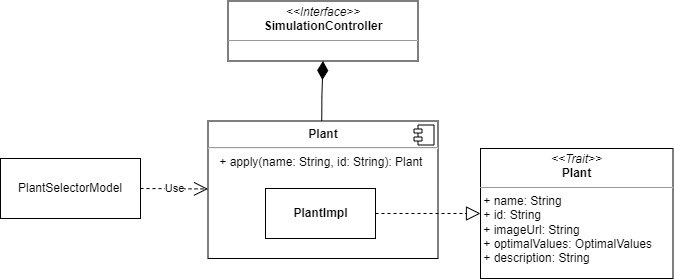
The draw.io diagram docs/img/plant.png in AnnaVitali/PPS-22-smartgh, before a commit. Source tidied: cells renumbered, new cells last; positions are measured from the earlier drawing's top-left corner, leaving out a move shared by most shapes.
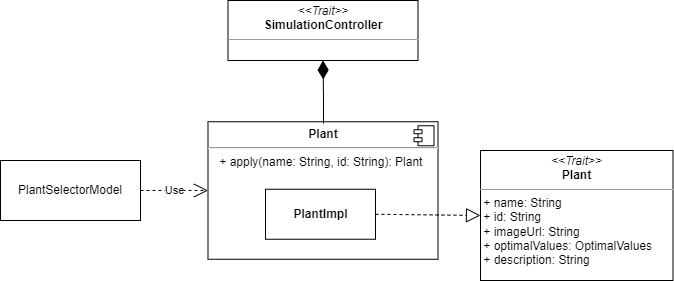
After the change.

Commit message:
fixed description of MVC components and Plant image

The edit, as a diff of the source:
```diff
@@ -3,29 +3,29 @@
     <mxCell id="0" />
     <mxCell id="1" parent="0" />
     <mxCell id="2" value="&lt;p style=&quot;margin:0px;margin-top:6px;text-align:center;&quot;&gt;&lt;b&gt;Plant&lt;/b&gt;&lt;/p&gt;&lt;hr&gt;&lt;p style=&quot;margin:0px;margin-left:8px;&quot;&gt;&amp;nbsp;+ apply(name: String, id: String): Plant&lt;br&gt;&lt;/p&gt;" style="align=left;overflow=fill;html=1;" parent="1" vertex="1">
-      <mxGeometry x="207.5" y="120.5" width="230" height="137.5" as="geometry" />
+      <mxGeometry x="207.5" y="119.2" width="230" height="137.5" as="geometry" />
     </mxCell>
     <mxCell id="3" style="shape=component;jettyWidth=8;jettyHeight=4;" parent="2" vertex="1">
       <mxGeometry x="1" width="20" height="20" relative="1" as="geometry">
         <mxPoint x="-24" y="4" as="offset" />
       </mxGeometry>
     </mxCell>
-    <mxCell id="4" style="edgeStyle=orthogonalEdgeStyle;rounded=0;jettySize=auto;html=1;exitX=0.5;exitY=0;exitDx=0;exitDy=0;entryX=0.5;entryY=1;entryDx=0;entryDy=0;endArrow=diamondThin;endFill=1;endSize=16;" parent="1" edge="1" target="6">
+    <mxCell id="4" style="edgeStyle=orthogonalEdgeStyle;rounded=0;jettySize=auto;html=1;entryX=0.5;entryY=1;entryDx=0;entryDy=0;endArrow=diamondThin;endFill=1;endSize=16;" parent="1" edge="1" target="6">
       <mxGeometry relative="1" as="geometry">
-        <mxPoint x="321.2" y="120.5" as="sourcePoint" />
+        <mxPoint x="323" y="121" as="sourcePoint" />
       </mxGeometry>
     </mxCell>
     <mxCell id="5" value="&lt;p style=&quot;margin:0px;margin-top:4px;text-align:center;&quot;&gt;&lt;i&gt;&amp;lt;&amp;lt;Trait&amp;gt;&amp;gt;&lt;/i&gt;&lt;br&gt;&lt;b&gt;Plant&lt;/b&gt;&lt;/p&gt;&lt;hr size=&quot;1&quot;&gt;&amp;nbsp;+ name: String&lt;br&gt;&amp;nbsp;+ id: String&amp;nbsp;&lt;br&gt;&amp;nbsp;+ imageUrl: String&lt;br&gt;&amp;nbsp;+ optimalValues: OptimalValues&lt;br&gt;&amp;nbsp;+ description: String&lt;br&gt;&amp;nbsp;" style="verticalAlign=top;align=left;overflow=fill;fontSize=12;fontFamily=Helvetica;html=1;" parent="1" vertex="1">
       <mxGeometry x="480" y="148" width="192.5" height="130" as="geometry" />
     </mxCell>
-    <mxCell id="6" value="&lt;p style=&quot;margin:0px;margin-top:4px;text-align:center;&quot;&gt;&lt;i&gt;&amp;lt;&amp;lt;Interface&amp;gt;&amp;gt;&lt;/i&gt;&lt;br&gt;&lt;b&gt;SimulationController&lt;/b&gt;&lt;br&gt;&lt;/p&gt;&lt;hr size=&quot;1&quot;&gt;" style="verticalAlign=top;align=left;overflow=fill;fontSize=12;fontFamily=Helvetica;html=1;" parent="1" vertex="1">
-      <mxGeometry x="227.5" y="0.5" width="190" height="60" as="geometry" />
+    <mxCell id="6" value="&lt;p style=&quot;margin:0px;margin-top:4px;text-align:center;&quot;&gt;&lt;i&gt;&amp;lt;&amp;lt;Trait&amp;gt;&amp;gt;&lt;/i&gt;&lt;br&gt;&lt;b&gt;SimulationController&lt;/b&gt;&lt;br&gt;&lt;/p&gt;&lt;hr size=&quot;1&quot;&gt;" style="verticalAlign=top;align=left;overflow=fill;fontSize=12;fontFamily=Helvetica;html=1;" parent="1" vertex="1">
+      <mxGeometry x="227.5" y="-2" width="190" height="60" as="geometry" />
     </mxCell>
     <mxCell id="7" value="PlantSelectorModel" style="rounded=0;whiteSpace=wrap;html=1;" parent="1" vertex="1">
       <mxGeometry y="158" width="140" height="60" as="geometry" />
     </mxCell>
     <mxCell id="8" value="&lt;b&gt;PlantImpl&lt;/b&gt;" style="html=1;" parent="1" vertex="1">
-      <mxGeometry x="265" y="188" width="110" height="50" as="geometry" />
+      <mxGeometry x="265" y="186.8" width="110" height="50" as="geometry" />
     </mxCell>
     <mxCell id="9" style="endArrow=block;dashed=1;endFill=0;endSize=12;html=1;rounded=0;exitX=1;exitY=0.5;exitDx=0;exitDy=0;entryX=0;entryY=0.5;entryDx=0;entryDy=0;" parent="1" edge="1" source="8" target="5">
       <mxGeometry relative="1" as="geometry" />
```
